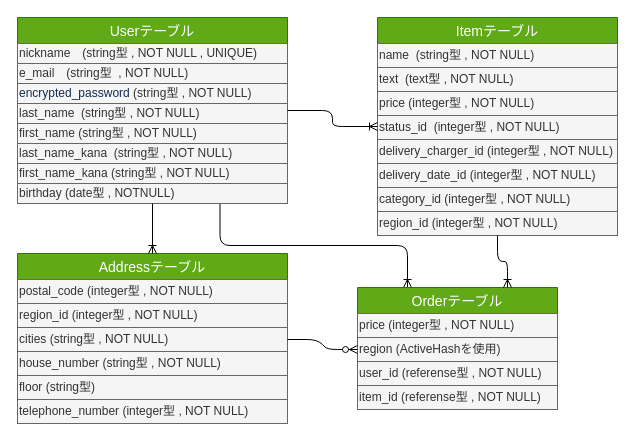
This is er.dio from matsuurara/furima-35948, a draw.io file, before an edit. Source tidied: cells renumbered, new cells numbered last; positions are measured from the earlier drawing's top-left corner, leaving out a move shared by most shapes. Both pictures are drawn from the tidied source at 100%, with x=0, y=0 at pixel (17, 17).
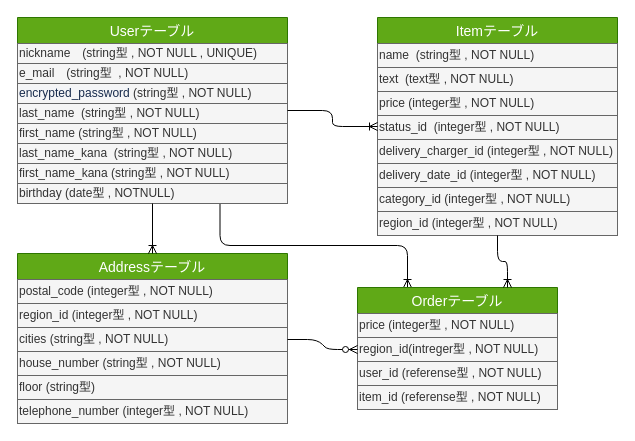
After the change.

Commit message:
ER図を微修正

The change refers to these unchanged cells:
```xml
<mxCell id="21" value="Orderテーブル" style="swimlane;fontStyle=0;horizontal=1;startSize=26;align=center;fontSize=14;fillColor=#60a917;strokeColor=#2D7600;fontColor=#ffffff;" parent="1" vertex="1">
  <mxGeometry x="340" y="270" width="200" height="122" as="geometry" />
</mxCell>
```

Change to the diagram source:
```diff
@@
-    <mxCell id="23" value="region (ActiveHashを使用)" style="text;html=1;strokeColor=#666666;fillColor=#f5f5f5;align=left;verticalAlign=middle;whiteSpace=wrap;rounded=0;fontSize=12;labelPosition=center;verticalLabelPosition=middle;fontColor=#333333;" parent="21" vertex="1">
+    <mxCell id="23" value="region_id(intreger型 , NOT NULL)" style="text;html=1;strokeColor=#666666;fillColor=#f5f5f5;align=left;verticalAlign=middle;whiteSpace=wrap;rounded=0;fontSize=12;labelPosition=center;verticalLabelPosition=middle;fontColor=#333333;" parent="21" vertex="1">
       <mxGeometry y="50" width="200" height="24" as="geometry" />
     </mxCell>
```
